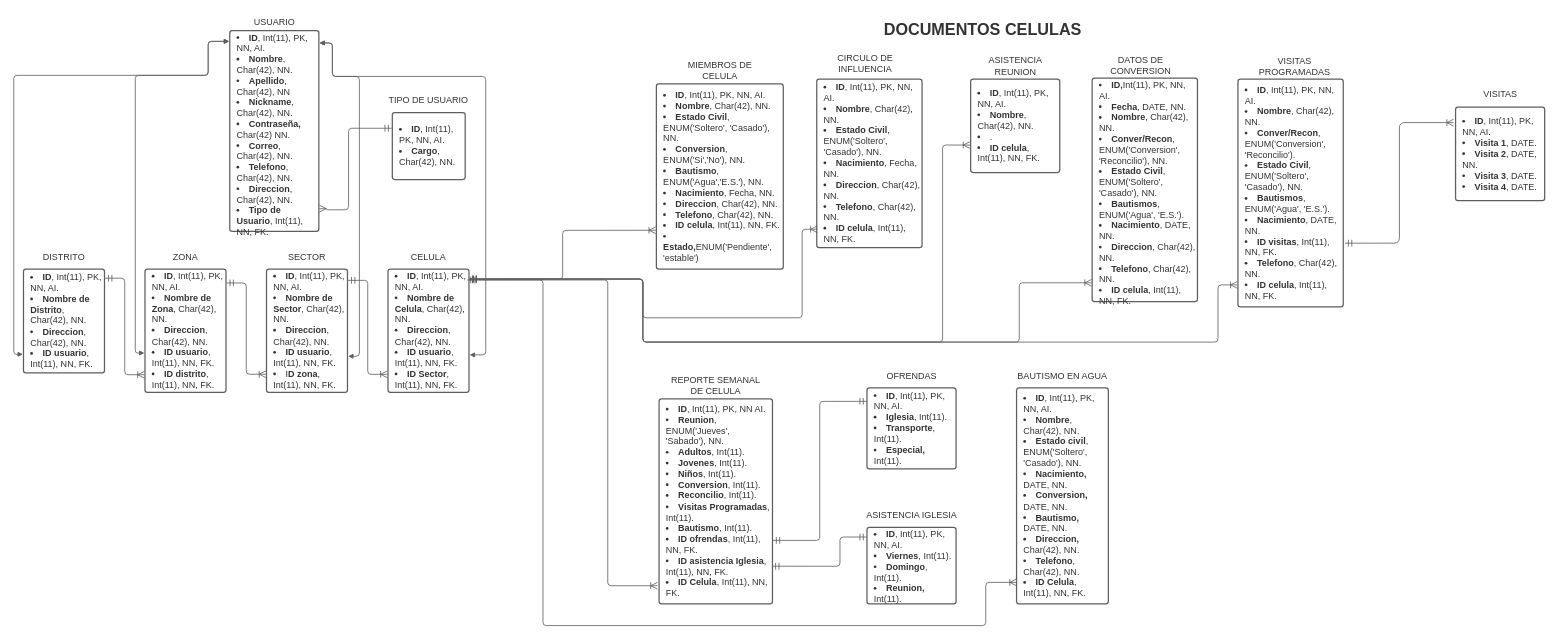
KJCarvajal/la-cosecha keeps this draw.io diagram as page "entidad-relacion" (1 of 2) of Diagrama 1.drawio. Above is the earlier version. Source tidied: cells renumbered, new cells numbered last; positions are measured from the earlier drawing's top-left corner, leaving out a move shared by most shapes. Both pictures are drawn from the tidied source at 54%, with x=0, y=0 at pixel (14, 10).
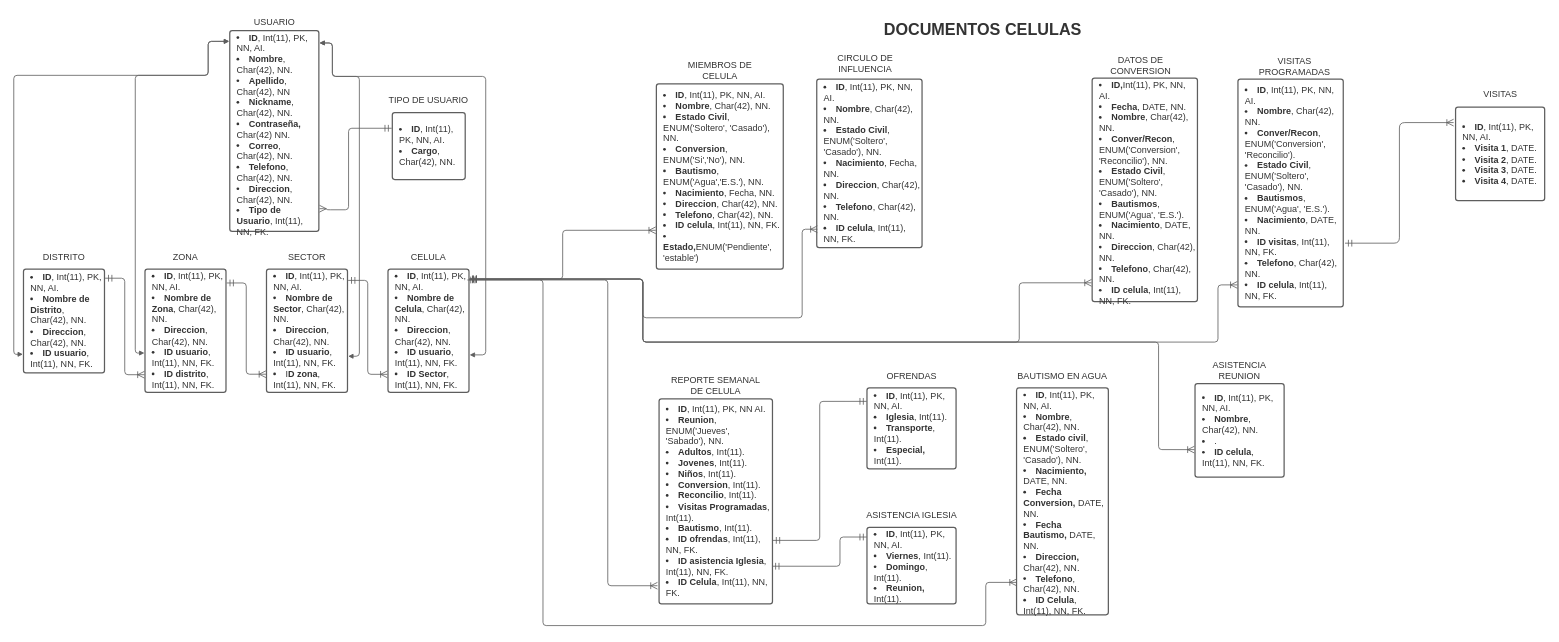
Above is the later version.

Unchanged cells that the change refers to:
```xml
<mxCell id="13" value="&lt;ul style=&quot;margin: 0px; padding-left: 10px;list-style-position: inside; list-style-type:disc&quot;&gt;&lt;li style=&quot;text-align:left;color:#333333;font-size:16.7px;&quot;&gt;&lt;span style=&quot;margin-left: 0px;margin-top: -2px;&quot;&gt;&lt;span style=&quot;font-size:16.7px;color:#333333;font-weight: bold;&quot;&gt;ID&lt;/span&gt;&lt;span style=&quot;font-size:16.7px;color:#333333;&quot;&gt;, Int(11), PK, NN, AI.&lt;/span&gt;&lt;/span&gt;&lt;/li&gt;&lt;li style=&quot;text-align:left;color:#333333;font-size:16.7px;&quot;&gt;&lt;span style=&quot;margin-left: 0px;margin-top: -2px;&quot;&gt;&lt;span style=&quot;font-size:16.7px;color:#333333;&quot;&gt;&lt;span style=&quot;font-size:16.7px;color:#333333;font-weight: bold;&quot;&gt;Nombre de Celula&lt;/span&gt;, Char(42), NN.&lt;/span&gt;&lt;/span&gt;&lt;/li&gt;&lt;li style=&quot;text-align:left;color:#333333;font-size:16.7px;&quot;&gt;&lt;span style=&quot;margin-left: 0px;margin-top: -2px;&quot;&gt;&lt;span style=&quot;font-size:16.7px;color:#333333;&quot;&gt;&lt;span style=&quot;font-size:16.7px;color:#333333;font-weight: bold;&quot;&gt;Direccion&lt;/span&gt;, Char(42), NN.&lt;/span&gt;&lt;/span&gt;&lt;/li&gt;&lt;li style=&quot;text-align:left;color:#333333;font-size:16.7px;&quot;&gt;&lt;span style=&quot;margin-left: 0px;margin-top: -2px;&quot;&gt;&lt;span style=&quot;font-size:16.7px;color:#333333;&quot;&gt;&lt;span style=&quot;font-size:16.7px;color:#333333;font-weight: bold;&quot;&gt;ID usuario&lt;/span&gt;, Int(11), NN, FK.&lt;/span&gt;&lt;/span&gt;&lt;/li&gt;&lt;li style=&quot;text-align:left;color:#333333;font-size:16.7px;&quot;&gt;&lt;span style=&quot;margin-left: 0px;margin-top: -2px;&quot;&gt;&lt;span style=&quot;font-size:16.7px;color:#333333;&quot;&gt;&lt;span style=&quot;font-size:16.7px;color:#333333;font-weight: bold;&quot;&gt;ID Sector&lt;/span&gt;, Int(11), NN, FK.&lt;/span&gt;&lt;/span&gt;&lt;/li&gt;&lt;/ul&gt;" style="html=1;overflow=block;blockSpacing=1;whiteSpace=wrap;fontSize=13;spacing=3.8;strokeColor=#5e5e5e;strokeOpacity=100;rounded=1;absoluteArcSize=1;arcSize=9;strokeWidth=2.3;" parent="1" vertex="1">
  <mxGeometry x="693" y="480" width="150" height="228" as="geometry" />
</mxCell>
```

What changed in the source:
```diff
@@
     <mxCell id="29" value="&lt;ul style=&quot;margin: 0px ; padding-left: 10px ; list-style-position: inside ; list-style-type: disc&quot;&gt;&lt;li style=&quot;text-align: left ; color: #333333 ; font-size: 16.7px&quot;&gt;&lt;span style=&quot;margin-left: 0px ; margin-top: -2px&quot;&gt;&lt;span style=&quot;font-size: 16.7px ; color: #333333 ; font-weight: bold&quot;&gt;ID&lt;/span&gt;&lt;span style=&quot;font-size: 16.7px ; color: #333333&quot;&gt;, Int(11), PK, NN, AI.&lt;/span&gt;&lt;/span&gt;&lt;/li&gt;&lt;li style=&quot;text-align: left ; color: #333333 ; font-size: 16.7px&quot;&gt;&lt;span style=&quot;margin-left: 0px ; margin-top: -2px&quot;&gt;&lt;span style=&quot;font-size: 16.7px ; color: #333333&quot;&gt;&lt;span style=&quot;font-size: 16.7px ; color: #333333 ; font-weight: bold&quot;&gt;Nombre&lt;/span&gt;, Char(42), NN.&lt;/span&gt;&lt;/span&gt;&lt;/li&gt;&lt;li style=&quot;text-align: left ; color: #333333 ; font-size: 16.7px&quot;&gt;&lt;span style=&quot;margin-left: 0px ; margin-top: -2px&quot;&gt;&lt;span style=&quot;font-size: 16.7px ; color: #333333&quot;&gt;.&lt;/span&gt;&lt;/span&gt;&lt;/li&gt;&lt;li style=&quot;text-align: left ; color: #333333 ; font-size: 16.7px&quot;&gt;&lt;span style=&quot;margin-left: 0px ; margin-top: -2px&quot;&gt;&lt;span style=&quot;font-size: 16.7px ; color: #333333&quot;&gt;&lt;span style=&quot;font-size: 16.7px ; color: #333333 ; font-weight: bold&quot;&gt;ID celula&lt;/span&gt;, Int(11), NN, FK.&lt;/span&gt;&lt;/span&gt;&lt;/li&gt;&lt;/ul&gt;" style="html=1;overflow=block;blockSpacing=1;whiteSpace=wrap;fontSize=13;spacing=3.8;strokeColor=#5e5e5e;strokeOpacity=100;rounded=1;absoluteArcSize=1;arcSize=9;strokeWidth=2.3;" parent="1" vertex="1">
-      <mxGeometry x="1772" y="128" width="165" height="173" as="geometry" />
+      <mxGeometry x="2187.5" y="692" width="165" height="173" as="geometry" />
     </mxCell>
     <mxCell id="30" value="ASISTENCIA REUNION" style="html=1;overflow=block;blockSpacing=1;whiteSpace=wrap;fontSize=16.7;fontColor=#333333;align=center;spacing=3.8;strokeOpacity=0;fillOpacity=0;rounded=1;absoluteArcSize=1;arcSize=9;fillColor=#ffffff;strokeWidth=2.3;" parent="1" vertex="1">
-      <mxGeometry x="1765" y="80" width="180" height="48" as="geometry" />
+      <mxGeometry x="2180" y="644" width="180" height="48" as="geometry" />
     </mxCell>
@@
     <mxCell id="32" style="html=1;jettySize=18;whiteSpace=wrap;overflow=block;blockSpacing=1;fontSize=13;strokeColor=#5E5E5E;strokeWidth=1.5;rounded=1;arcSize=12;edgeStyle=orthogonalEdgeStyle;startArrow=ERoneToMany;startSize=10;endArrow=ERmandOne;endSize=10;exitX=-0.007;exitY=0.706;exitPerimeter=0;entryX=1.008;entryY=0.08;entryPerimeter=0;startFill=0;" parent="1" edge="1" source="29" target="13">
       <mxGeometry relative="1" as="geometry">
         <Array as="points">
-          <mxPoint x="1720" y="250" />
-          <mxPoint x="1720" y="615" />
+          <mxPoint x="2120" y="814" />
+          <mxPoint x="2120" y="615" />
           <mxPoint x="1165" y="615" />
           <mxPoint x="1165" y="498" />
         </Array>
       </mxGeometry>
     </mxCell>
@@
-    <mxCell id="47" value="&lt;ul style=&quot;margin: 0px ; padding-left: 10px ; list-style-position: inside ; list-style-type: disc&quot;&gt;&lt;li style=&quot;text-align: left ; color: #333333 ; font-size: 16.7px&quot;&gt;&lt;span style=&quot;margin-left: 0px ; margin-top: -2px&quot;&gt;&lt;span style=&quot;font-size: 16.7px ; color: #333333 ; font-weight: bold&quot;&gt;ID&lt;/span&gt;&lt;span style=&quot;font-size: 16.7px ; color: #333333&quot;&gt;, Int(11), PK, NN, AI.&lt;/span&gt;&lt;/span&gt;&lt;/li&gt;&lt;li style=&quot;text-align: left ; color: #333333 ; font-size: 16.7px&quot;&gt;&lt;span style=&quot;margin-left: 0px ; margin-top: -2px&quot;&gt;&lt;span style=&quot;font-size: 16.7px ; color: #333333&quot;&gt;&lt;b&gt;Nombre&lt;/b&gt;, Char(42), NN.&lt;/span&gt;&lt;/span&gt;&lt;/li&gt;&lt;li style=&quot;text-align: left ; color: #333333 ; font-size: 16.7px&quot;&gt;&lt;span style=&quot;margin-left: 0px ; margin-top: -2px&quot;&gt;&lt;span style=&quot;font-size: 16.7px ; color: #333333&quot;&gt;&lt;b&gt;Estado civil&lt;/b&gt;, ENUM('Soltero', 'Casado'), NN.&lt;/span&gt;&lt;/span&gt;&lt;/li&gt;&lt;li style=&quot;text-align: left ; color: #333333 ; font-size: 16.7px&quot;&gt;&lt;span style=&quot;margin-left: 0px ; margin-top: -2px&quot;&gt;&lt;span style=&quot;font-size: 16.7px ; color: #333333&quot;&gt;&lt;b&gt;Nacimiento,&lt;/b&gt; DATE, NN.&lt;/span&gt;&lt;/span&gt;&lt;/li&gt;&lt;li style=&quot;text-align: left ; color: #333333 ; font-size: 16.7px&quot;&gt;&lt;span style=&quot;margin-left: 0px ; margin-top: -2px&quot;&gt;&lt;span style=&quot;font-size: 16.7px ; color: #333333&quot;&gt;&lt;b&gt;Conversion, &lt;/b&gt;DATE, NN.&lt;/span&gt;&lt;/span&gt;&lt;/li&gt;&lt;li style=&quot;text-align: left ; color: #333333 ; font-size: 16.7px&quot;&gt;&lt;span style=&quot;margin-left: 0px ; margin-top: -2px&quot;&gt;&lt;span style=&quot;font-size: 16.7px ; color: #333333&quot;&gt;&lt;b&gt;Bautismo, &lt;/b&gt;DATE, NN.&lt;/span&gt;&lt;/span&gt;&lt;/li&gt;&lt;li style=&quot;text-align: left ; color: #333333 ; font-size: 16.7px&quot;&gt;&lt;span style=&quot;margin-left: 0px ; margin-top: -2px&quot;&gt;&lt;span style=&quot;font-size: 16.7px ; color: #333333&quot;&gt;&lt;b&gt;Direccion,&lt;/b&gt; Char(42), NN.&lt;/span&gt;&lt;/span&gt;&lt;/li&gt;&lt;li style=&quot;text-align: left ; color: #333333 ; font-size: 16.7px&quot;&gt;&lt;span style=&quot;margin-left: 0px ; margin-top: -2px&quot;&gt;&lt;span style=&quot;font-size: 16.7px ; color: #333333&quot;&gt;&lt;b&gt;Telefono&lt;/b&gt;, Char(42), NN.&lt;/span&gt;&lt;/span&gt;&lt;/li&gt;&lt;li style=&quot;text-align: left ; color: #333333 ; font-size: 16.7px&quot;&gt;&lt;span style=&quot;margin-left: 0px ; margin-top: -2px&quot;&gt;&lt;span style=&quot;font-size: 16.7px ; color: #333333&quot;&gt;&lt;b&gt;ID Celula&lt;/b&gt;, Int(11), NN, FK.&lt;br&gt;&lt;/span&gt;&lt;/span&gt;&lt;/li&gt;&lt;/ul&gt;" style="html=1;overflow=block;blockSpacing=1;whiteSpace=wrap;fontSize=13;spacing=3.8;strokeColor=#5e5e5e;strokeOpacity=100;rounded=1;absoluteArcSize=1;arcSize=9;strokeWidth=2.3;" parent="1" vertex="1">
-      <mxGeometry x="1857" y="700" width="170" height="400" as="geometry" />
+    <mxCell id="47" value="&lt;ul style=&quot;margin: 0px ; padding-left: 10px ; list-style-position: inside ; list-style-type: disc&quot;&gt;&lt;li style=&quot;text-align: left ; color: #333333 ; font-size: 16.7px&quot;&gt;&lt;span style=&quot;margin-left: 0px ; margin-top: -2px&quot;&gt;&lt;span style=&quot;font-size: 16.7px ; color: #333333 ; font-weight: bold&quot;&gt;ID&lt;/span&gt;&lt;span style=&quot;font-size: 16.7px ; color: #333333&quot;&gt;, Int(11), PK, NN, AI.&lt;/span&gt;&lt;/span&gt;&lt;/li&gt;&lt;li style=&quot;text-align: left ; color: #333333 ; font-size: 16.7px&quot;&gt;&lt;span style=&quot;margin-left: 0px ; margin-top: -2px&quot;&gt;&lt;span style=&quot;font-size: 16.7px ; color: #333333&quot;&gt;&lt;b&gt;Nombre&lt;/b&gt;, Char(42), NN.&lt;/span&gt;&lt;/span&gt;&lt;/li&gt;&lt;li style=&quot;text-align: left ; color: #333333 ; font-size: 16.7px&quot;&gt;&lt;span style=&quot;margin-left: 0px ; margin-top: -2px&quot;&gt;&lt;span style=&quot;font-size: 16.7px ; color: #333333&quot;&gt;&lt;b&gt;Estado civil&lt;/b&gt;, ENUM('Soltero', 'Casado'), NN.&lt;/span&gt;&lt;/span&gt;&lt;/li&gt;&lt;li style=&quot;text-align: left ; color: #333333 ; font-size: 16.7px&quot;&gt;&lt;span style=&quot;margin-left: 0px ; margin-top: -2px&quot;&gt;&lt;span style=&quot;font-size: 16.7px ; color: #333333&quot;&gt;&lt;b&gt;Nacimiento,&lt;/b&gt; DATE, NN.&lt;/span&gt;&lt;/span&gt;&lt;/li&gt;&lt;li style=&quot;text-align: left ; color: #333333 ; font-size: 16.7px&quot;&gt;&lt;span style=&quot;margin-left: 0px ; margin-top: -2px&quot;&gt;&lt;span style=&quot;font-size: 16.7px ; color: #333333&quot;&gt;&lt;b&gt;Fecha Conversion, &lt;/b&gt;DATE, NN.&lt;/span&gt;&lt;/span&gt;&lt;/li&gt;&lt;li style=&quot;text-align: left ; color: #333333 ; font-size: 16.7px&quot;&gt;&lt;span style=&quot;margin-left: 0px ; margin-top: -2px&quot;&gt;&lt;span style=&quot;font-size: 16.7px ; color: #333333&quot;&gt;&lt;b&gt;Fecha Bautismo, &lt;/b&gt;DATE, NN.&lt;/span&gt;&lt;/span&gt;&lt;/li&gt;&lt;li style=&quot;text-align: left ; color: #333333 ; font-size: 16.7px&quot;&gt;&lt;span style=&quot;margin-left: 0px ; margin-top: -2px&quot;&gt;&lt;span style=&quot;font-size: 16.7px ; color: #333333&quot;&gt;&lt;b&gt;Direccion,&lt;/b&gt; Char(42), NN.&lt;/span&gt;&lt;/span&gt;&lt;/li&gt;&lt;li style=&quot;text-align: left ; color: #333333 ; font-size: 16.7px&quot;&gt;&lt;span style=&quot;margin-left: 0px ; margin-top: -2px&quot;&gt;&lt;span style=&quot;font-size: 16.7px ; color: #333333&quot;&gt;&lt;b&gt;Telefono&lt;/b&gt;, Char(42), NN.&lt;/span&gt;&lt;/span&gt;&lt;/li&gt;&lt;li style=&quot;text-align: left ; color: #333333 ; font-size: 16.7px&quot;&gt;&lt;span style=&quot;margin-left: 0px ; margin-top: -2px&quot;&gt;&lt;span style=&quot;font-size: 16.7px ; color: #333333&quot;&gt;&lt;b&gt;ID Celula&lt;/b&gt;, Int(11), NN, FK.&lt;br&gt;&lt;/span&gt;&lt;/span&gt;&lt;/li&gt;&lt;/ul&gt;" style="html=1;overflow=block;blockSpacing=1;whiteSpace=wrap;fontSize=13;spacing=3.8;strokeColor=#5e5e5e;strokeOpacity=100;rounded=1;absoluteArcSize=1;arcSize=9;strokeWidth=2.3;" parent="1" vertex="1">
+      <mxGeometry x="1857" y="700" width="170" height="420" as="geometry" />
     </mxCell>
@@
-    <mxCell id="51" value="&lt;ul style=&quot;margin: 0px ; padding-left: 10px ; list-style-position: inside ; list-style-type: disc&quot;&gt;&lt;li style=&quot;text-align: left ; color: #333333 ; font-size: 16.7px&quot;&gt;&lt;span style=&quot;margin-left: 0px ; margin-top: -2px&quot;&gt;&lt;span style=&quot;font-size: 16.7px ; color: #333333 ; font-weight: bold&quot;&gt;ID&lt;/span&gt;&lt;span style=&quot;font-size: 16.7px ; color: #333333&quot;&gt;, Int(11), PK, NN, AI.&lt;/span&gt;&lt;/span&gt;&lt;/li&gt;&lt;li style=&quot;text-align: left ; color: #333333 ; font-size: 16.7px&quot;&gt;&lt;span style=&quot;margin-left: 0px ; margin-top: -2px&quot;&gt;&lt;span style=&quot;font-size: 16.7px ; color: #333333&quot;&gt;&lt;b&gt;Visita 1&lt;/b&gt;, DATE.&lt;/span&gt;&lt;/span&gt;&lt;/li&gt;&lt;li style=&quot;text-align: left ; color: #333333 ; font-size: 16.7px&quot;&gt;&lt;span style=&quot;margin-left: 0px ; margin-top: -2px&quot;&gt;&lt;span style=&quot;font-size: 16.7px ; color: #333333&quot;&gt;&lt;span style=&quot;font-size: 16.7px ; color: #333333 ; font-weight: bold&quot;&gt;Visita 2&lt;/span&gt;, DATE, NN.&lt;/span&gt;&lt;/span&gt;&lt;/li&gt;&lt;li style=&quot;text-align: left ; color: #333333 ; font-size: 16.7px&quot;&gt;&lt;span style=&quot;margin-left: 0px ; margin-top: -2px&quot;&gt;&lt;span style=&quot;font-size: 16.7px ; color: #333333&quot;&gt;&lt;b&gt;Visita 3&lt;/b&gt;, DATE.&lt;/span&gt;&lt;/span&gt;&lt;/li&gt;&lt;li style=&quot;text-align: left ; color: #333333 ; font-size: 16.7px&quot;&gt;&lt;span style=&quot;margin-left: 0px ; margin-top: -2px&quot;&gt;&lt;span style=&quot;font-size: 16.7px ; color: #333333&quot;&gt;&lt;b&gt;Visita 4&lt;/b&gt;, DATE.&lt;br&gt;&lt;/span&gt;&lt;/span&gt;&lt;/li&gt;&lt;/ul&gt;" style="html=1;overflow=block;blockSpacing=1;whiteSpace=wrap;fontSize=13;spacing=3.8;strokeColor=#5e5e5e;strokeOpacity=100;rounded=1;absoluteArcSize=1;arcSize=9;strokeWidth=2.3;" parent="1" vertex="1">
+    <mxCell id="51" value="&lt;ul style=&quot;margin: 0px ; padding-left: 10px ; list-style-position: inside ; list-style-type: disc&quot;&gt;&lt;li style=&quot;text-align: left ; color: #333333 ; font-size: 16.7px&quot;&gt;&lt;span style=&quot;margin-left: 0px ; margin-top: -2px&quot;&gt;&lt;span style=&quot;font-size: 16.7px ; color: #333333 ; font-weight: bold&quot;&gt;ID&lt;/span&gt;&lt;span style=&quot;font-size: 16.7px ; color: #333333&quot;&gt;, Int(11), PK, NN, AI.&lt;/span&gt;&lt;/span&gt;&lt;/li&gt;&lt;li style=&quot;text-align: left ; color: #333333 ; font-size: 16.7px&quot;&gt;&lt;span style=&quot;margin-left: 0px ; margin-top: -2px&quot;&gt;&lt;span style=&quot;font-size: 16.7px ; color: #333333&quot;&gt;&lt;b&gt;Visita 1&lt;/b&gt;, DATE.&lt;/span&gt;&lt;/span&gt;&lt;/li&gt;&lt;li style=&quot;text-align: left ; color: #333333 ; font-size: 16.7px&quot;&gt;&lt;span style=&quot;margin-left: 0px ; margin-top: -2px&quot;&gt;&lt;span style=&quot;font-size: 16.7px ; color: #333333&quot;&gt;&lt;span style=&quot;font-size: 16.7px ; color: #333333 ; font-weight: bold&quot;&gt;Visita 2&lt;/span&gt;, DATE.&lt;/span&gt;&lt;/span&gt;&lt;/li&gt;&lt;li style=&quot;text-align: left ; color: #333333 ; font-size: 16.7px&quot;&gt;&lt;span style=&quot;margin-left: 0px ; margin-top: -2px&quot;&gt;&lt;span style=&quot;font-size: 16.7px ; color: #333333&quot;&gt;&lt;b&gt;Visita 3&lt;/b&gt;, DATE.&lt;/span&gt;&lt;/span&gt;&lt;/li&gt;&lt;li style=&quot;text-align: left ; color: #333333 ; font-size: 16.7px&quot;&gt;&lt;span style=&quot;margin-left: 0px ; margin-top: -2px&quot;&gt;&lt;span style=&quot;font-size: 16.7px ; color: #333333&quot;&gt;&lt;b&gt;Visita 4&lt;/b&gt;, DATE.&lt;br&gt;&lt;/span&gt;&lt;/span&gt;&lt;/li&gt;&lt;/ul&gt;" style="html=1;overflow=block;blockSpacing=1;whiteSpace=wrap;fontSize=13;spacing=3.8;strokeColor=#5e5e5e;strokeOpacity=100;rounded=1;absoluteArcSize=1;arcSize=9;strokeWidth=2.3;" parent="1" vertex="1">
       <mxGeometry x="2670" y="180" width="165" height="173" as="geometry" />
     </mxCell>
```
